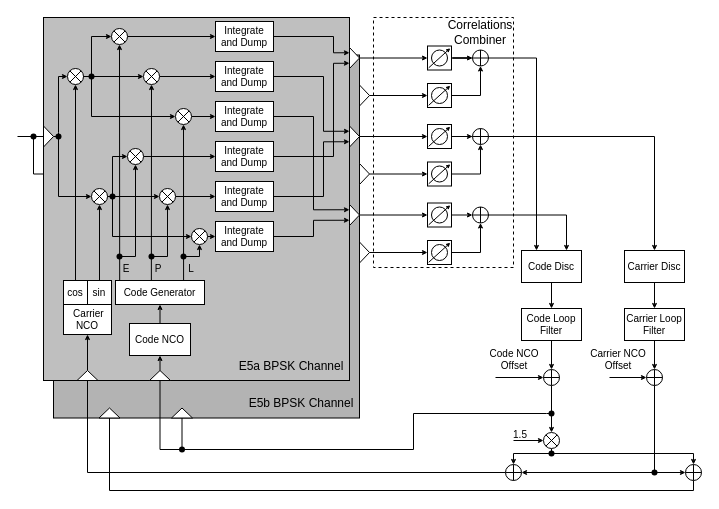
This is page "第 9 页 的副本" (8 of 10) of Untitled Diagram.drawio from FanTongwen/drawio, a draw.io file, before an edit. Source tidied: cells renumbered, new cells numbered last; positions are measured from the earlier drawing's top-left corner, leaving out a move shared by most shapes. Both pictures are drawn from the tidied source at 100%, with x=0, y=0 at pixel (17, 17).
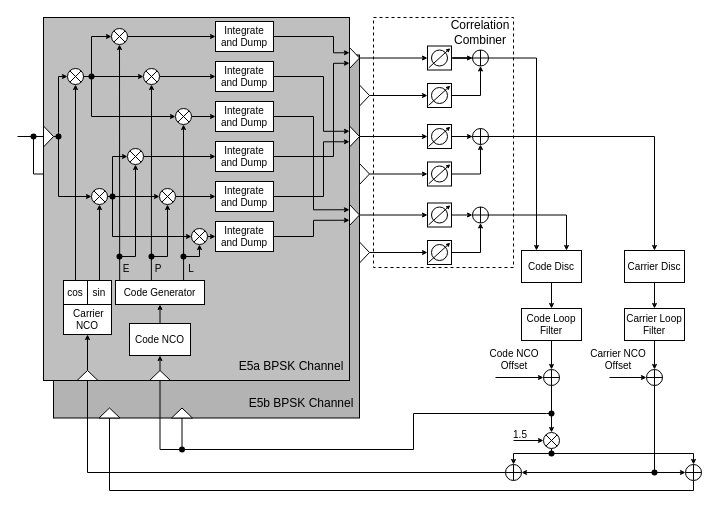
Above is the later version.

Diff of the diagram source:
```diff
@@
-    <mxCell id="156" value="Correlations Combiner" style="text;html=1;strokeColor=none;fillColor=none;align=center;verticalAlign=middle;whiteSpace=wrap;rounded=0;" parent="1" vertex="1">
+    <mxCell id="156" value="Correlation Combiner" style="text;html=1;strokeColor=none;fillColor=none;align=center;verticalAlign=middle;whiteSpace=wrap;rounded=0;" parent="1" vertex="1">
       <mxGeometry x="432" width="62" height="30" as="geometry" />
     </mxCell>
```
